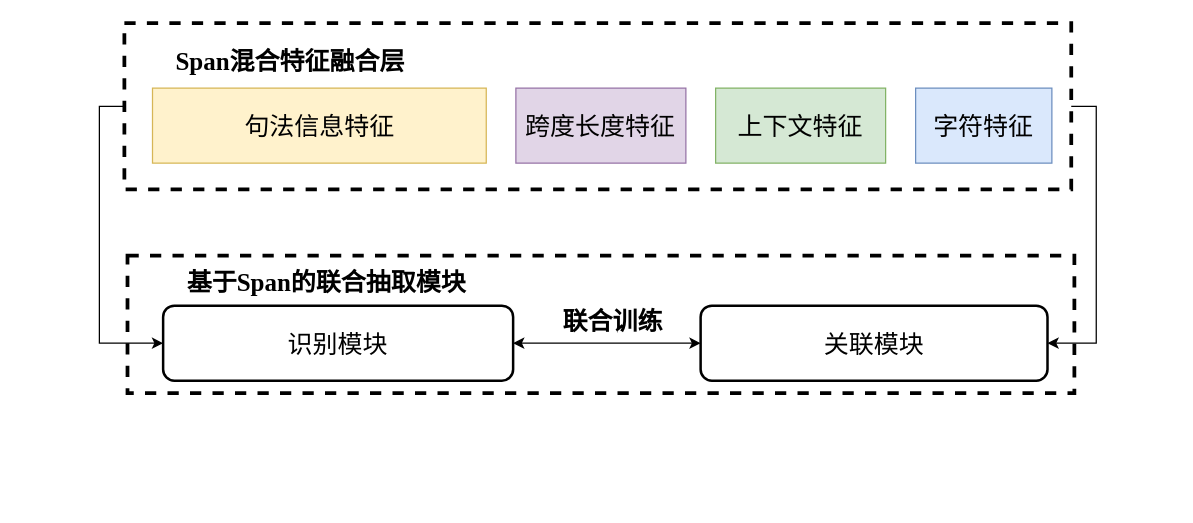
Earlier version of the draw.io diagram page "第 4 页" (4 of 4) of 基于特征增强的MQI联合抽取.drawio (JJackMoO/Jackert_draw). Source tidied: cells renumbered, new cells numbered last; positions are measured from the earlier drawing's top-left corner, leaving out a move shared by most shapes. Both pictures are drawn from the tidied source at 125%, with x=0, y=0 at pixel (65, 22).
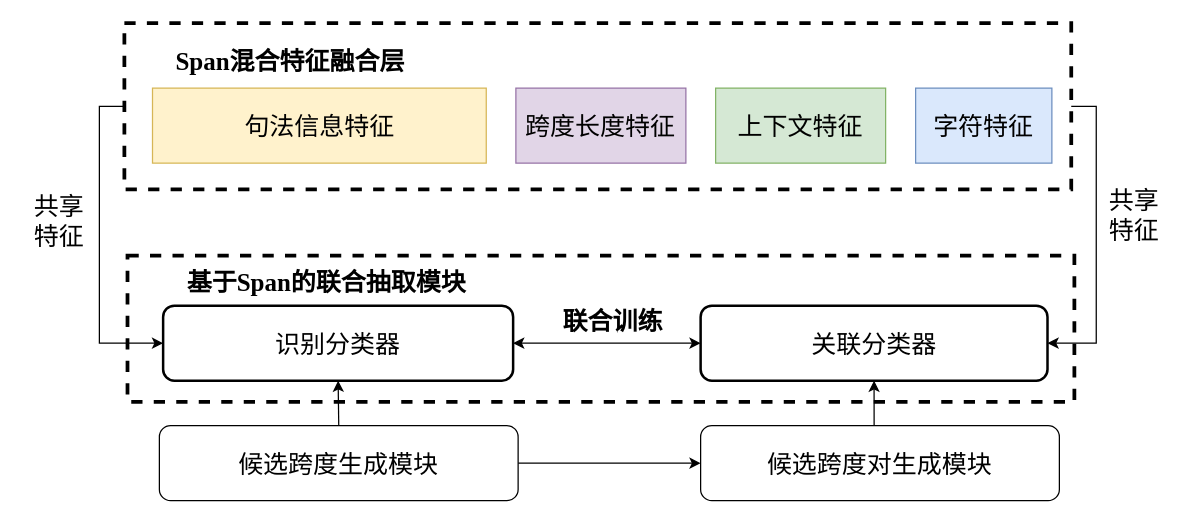
Above is the later version.

Commit message:
更新基于特征增强的MQI联合抽取.drawio

Change to the diagram source:
```diff
@@
     <mxCell id="5" style="rounded=0;whiteSpace=wrap;html=1;fillColor=none;dashed=1;strokeWidth=3;" parent="1" vertex="1">
-      <mxGeometry x="49.5" y="186" width="757.5" height="110" as="geometry" />
+      <mxGeometry x="49.5" y="186" width="757.5" height="117" as="geometry" />
     </mxCell>
-    <mxCell id="6" value="&lt;font style=&quot;font-size: 20px;&quot;&gt;识别模块&lt;/font&gt;" style="rounded=1;whiteSpace=wrap;html=1;strokeWidth=2;" parent="1" vertex="1">
+    <mxCell id="6" value="&lt;font style=&quot;font-size: 20px;&quot;&gt;识别分类器&lt;/font&gt;" style="rounded=1;whiteSpace=wrap;html=1;strokeWidth=2;" parent="1" vertex="1">
       <mxGeometry x="78" y="226" width="280" height="60" as="geometry" />
     </mxCell>
@@
-    <mxCell id="8" value="&lt;font style=&quot;font-size: 20px;&quot;&gt;关联模块&lt;/font&gt;" style="rounded=1;whiteSpace=wrap;html=1;strokeWidth=2;" parent="1" vertex="1">
+    <mxCell id="8" value="&lt;font style=&quot;font-size: 20px;&quot;&gt;关联分类器&lt;/font&gt;" style="rounded=1;whiteSpace=wrap;html=1;strokeWidth=2;" parent="1" vertex="1">
       <mxGeometry x="508" y="226" width="277.5" height="60" as="geometry" />
     </mxCell>
@@
+    <mxCell id="16" value="&lt;font style=&quot;font-size: 20px;&quot;&gt;共享特征&lt;/font&gt;" style="text;strokeColor=none;align=center;fillColor=none;html=1;verticalAlign=middle;whiteSpace=wrap;rounded=0;" parent="1" vertex="1">
+      <mxGeometry x="-35" y="143" width="60" height="30" as="geometry" />
+    </mxCell>
+    <mxCell id="17" value="&lt;font style=&quot;font-size: 20px;&quot;&gt;共享特征&lt;/font&gt;" style="text;strokeColor=none;align=center;fillColor=none;html=1;verticalAlign=middle;whiteSpace=wrap;rounded=0;" parent="1" vertex="1">
+      <mxGeometry x="825" y="138" width="60" height="30" as="geometry" />
+    </mxCell>
+    <mxCell id="18" style="rounded=0;jettySize=auto;html=1;exitX=0.5;exitY=0;exitDx=0;exitDy=0;entryX=0.5;entryY=1;entryDx=0;entryDy=0;" parent="1" edge="1" source="20" target="6">
+      <mxGeometry relative="1" as="geometry" />
+    </mxCell>
+    <mxCell id="19" style="edgeStyle=orthogonalEdgeStyle;rounded=0;jettySize=auto;html=1;exitX=1;exitY=0.5;exitDx=0;exitDy=0;entryX=0;entryY=0.5;entryDx=0;entryDy=0;" parent="1" edge="1" source="20" target="22">
+      <mxGeometry relative="1" as="geometry" />
+    </mxCell>
+    <mxCell id="20" value="&lt;font style=&quot;font-size: 20px;&quot;&gt;候选跨度生成模块&lt;/font&gt;" style="rounded=1;whiteSpace=wrap;html=1;" parent="1" vertex="1">
+      <mxGeometry x="75" y="322" width="287" height="60" as="geometry" />
+    </mxCell>
+    <mxCell id="21" style="edgeStyle=orthogonalEdgeStyle;rounded=0;jettySize=auto;html=1;exitX=0.5;exitY=0;exitDx=0;exitDy=0;entryX=0.5;entryY=1;entryDx=0;entryDy=0;" parent="1" edge="1" source="22" target="8">
+      <mxGeometry relative="1" as="geometry" />
+    </mxCell>
+    <mxCell id="22" value="&lt;font style=&quot;font-size: 20px;&quot;&gt;候选跨度对生成模块&lt;/font&gt;" style="rounded=1;whiteSpace=wrap;html=1;" parent="1" vertex="1">
+      <mxGeometry x="508" y="322" width="287" height="60" as="geometry" />
+    </mxCell>
```
